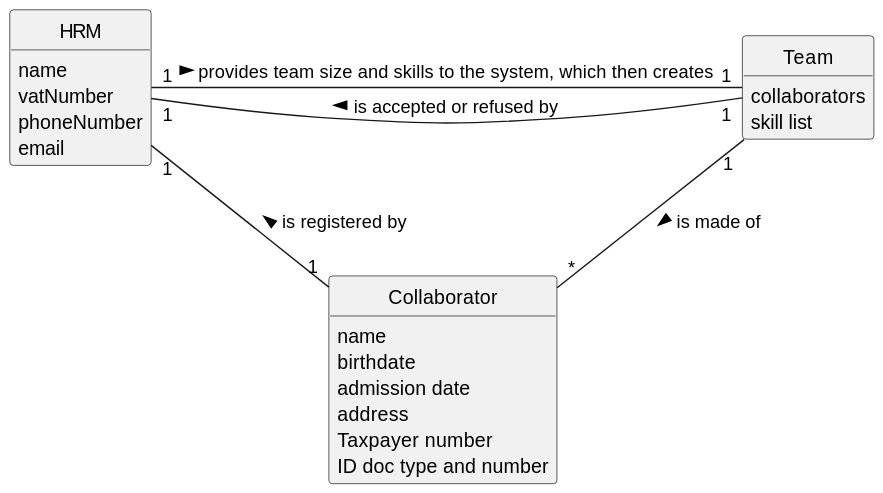
The PlantUML diagram docs/sprint3/us005/02.analysis/svg/us005-domain-model.svg in tiagosoa/lei-24-s2-1dgh-g073, before a commit. Source of this version:
```plantuml
@startuml
skinparam monochrome true
skinparam packageStyle rectangle
skinparam shadowing false


skinparam classAttributeIconSize 0

hide circle
hide methods



class HRM {
    name
    vatNumber
    phoneNumber
    email
}

class Team {
    collaborators
    skill list
}

class Collaborator {
    name
    birthdate
    admission date
    address
    contact info (mobile and email)
    Taxpayer number
    ID doc type and number
}



HRM "1" - "1" Team: provides team size and skills to the system, which then creates >
Team "1" -- "*" Collaborator: is made of >
Team "1" - "1" HRM : is accepted or refused by >
Collaborator "1" - "1" HRM : is registered by >
@enduml
```
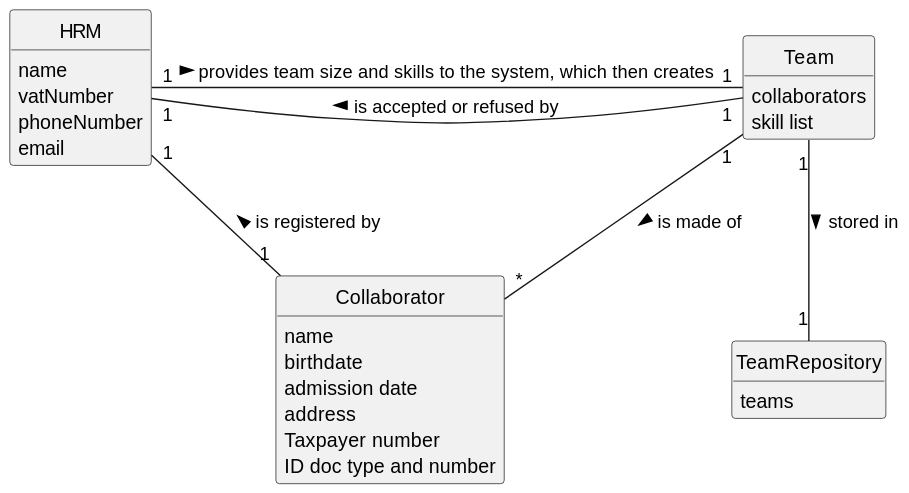
After the commit.

Commit message:
Project domain model

What changed in the source:
```diff
@@ -23,6 +23,10 @@
     skill list
 }
 
+class TeamRepository {
+    teams
+}
+
 class Collaborator {
     name
     birthdate
@@ -37,6 +41,7 @@
 
 HRM "1" - "1" Team: provides team size and skills to the system, which then creates >
 Team "1" -- "*" Collaborator: is made of >
+Team "1" -- "1" TeamRepository: stored in >
 Team "1" - "1" HRM : is accepted or refused by >
 Collaborator "1" - "1" HRM : is registered by >
 @enduml
```
